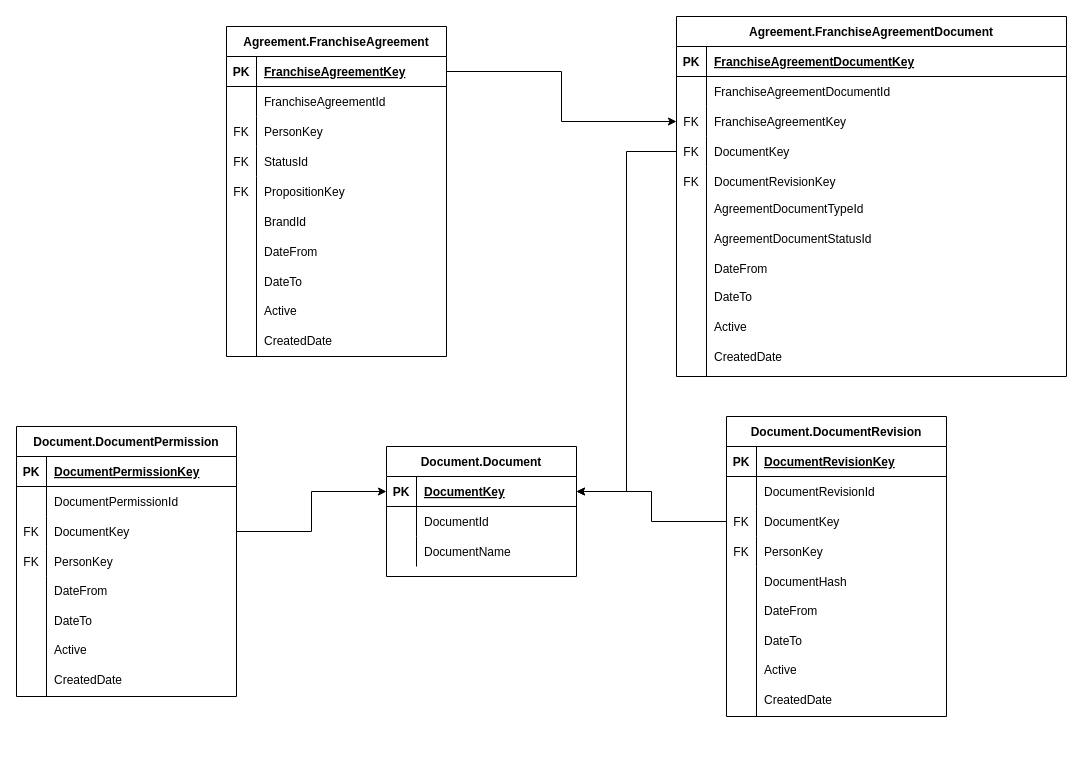
The draw.io diagram FCA.drawio in AA-Mike/SqlToolbox, before the edit. Source tidied: cells renumbered, new cells numbered last; positions are measured from the earlier drawing's top-left corner, leaving out a move shared by most shapes. Both pictures are drawn from the tidied source at 100%, with x=0, y=0 at pixel (16, 16).
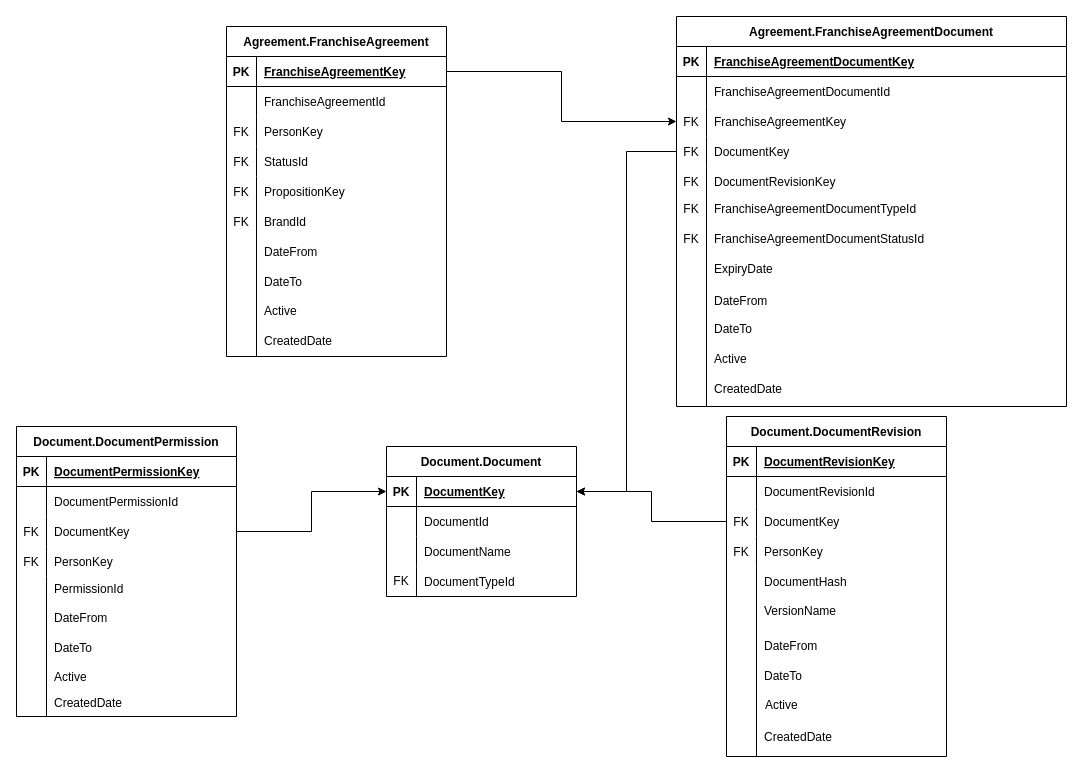
Above is the later version.

Change to the diagram source:
```diff
@@
     <mxCell id="24" value="Agreement.FranchiseAgreementDocument" style="shape=table;startSize=30;childLayout=tableLayout;rowLines=0;fontStyle=1;align=center;" parent="1" vertex="1">
-      <mxGeometry x="660" width="390" height="360" as="geometry" />
+      <mxGeometry x="660" width="390" height="390" as="geometry" />
     </mxCell>
@@
-    <mxCell id="40" value="AgreementDocumentTypeId" style="shape=partialRectangle;fillColor=none;top=0;left=0;bottom=0;right=0;align=left;spacingLeft=6;overflow=hidden;" parent="1" vertex="1">
-      <mxGeometry x="690" y="177" width="190" height="30" as="geometry" />
+    <mxCell id="40" value="FranchiseAgreementDocumentTypeId" style="shape=partialRectangle;fillColor=none;top=0;left=0;bottom=0;right=0;align=left;spacingLeft=6;overflow=hidden;" parent="1" vertex="1">
+      <mxGeometry x="690" y="177" width="220" height="30" as="geometry" />
     </mxCell>
     <mxCell id="41" value="DateFrom" style="shape=partialRectangle;fillColor=none;top=0;left=0;bottom=0;right=0;align=left;spacingLeft=6;overflow=hidden;" parent="1" vertex="1">
-      <mxGeometry x="690" y="237" width="190" height="30" as="geometry" />
+      <mxGeometry x="690" y="269" width="190" height="30" as="geometry" />
     </mxCell>
     <mxCell id="42" value="DateTo" style="shape=partialRectangle;fillColor=none;top=0;left=0;bottom=0;right=0;align=left;spacingLeft=6;overflow=hidden;" parent="1" vertex="1">
-      <mxGeometry x="690" y="265" width="190" height="30" as="geometry" />
+      <mxGeometry x="690" y="297" width="190" height="30" as="geometry" />
     </mxCell>
     <mxCell id="43" value="Active" style="shape=partialRectangle;fillColor=none;top=0;left=0;bottom=0;right=0;align=left;spacingLeft=6;overflow=hidden;" parent="1" vertex="1">
-      <mxGeometry x="690" y="295" width="190" height="30" as="geometry" />
+      <mxGeometry x="690" y="327" width="190" height="30" as="geometry" />
     </mxCell>
     <mxCell id="44" value="CreatedDate" style="shape=partialRectangle;fillColor=none;top=0;left=0;bottom=0;right=0;align=left;spacingLeft=6;overflow=hidden;" parent="1" vertex="1">
-      <mxGeometry x="690" y="325" width="190" height="30" as="geometry" />
+      <mxGeometry x="690" y="357" width="190" height="30" as="geometry" />
     </mxCell>
     <mxCell id="45" style="endArrow=none;html=1;rounded=0;" parent="1" edge="1">
       <mxGeometry relative="1" as="geometry">
-        <mxPoint x="690" y="360" as="sourcePoint" />
+        <mxPoint x="690" y="390" as="sourcePoint" />
         <mxPoint x="690" y="150" as="targetPoint" />
       </mxGeometry>
     </mxCell>
-    <mxCell id="46" value="AgreementDocumentStatusId" style="shape=partialRectangle;fillColor=none;top=0;left=0;bottom=0;right=0;align=left;spacingLeft=6;overflow=hidden;" parent="1" vertex="1">
-      <mxGeometry x="690" y="207" width="190" height="30" as="geometry" />
+    <mxCell id="46" value="FranchiseAgreementDocumentStatusId" style="shape=partialRectangle;fillColor=none;top=0;left=0;bottom=0;right=0;align=left;spacingLeft=6;overflow=hidden;" parent="1" vertex="1">
+      <mxGeometry x="690" y="207" width="240" height="30" as="geometry" />
     </mxCell>
@@
     <mxCell id="48" value="Document.Document" style="shape=table;startSize=30;childLayout=tableLayout;rowLines=0;fontStyle=1;align=center;" parent="1" vertex="1">
-      <mxGeometry x="370" y="430" width="190" height="130" as="geometry" />
+      <mxGeometry x="370" y="430" width="190" height="150" as="geometry" />
     </mxCell>
@@
     <mxCell id="59" value="Document.DocumentPermission" style="shape=table;startSize=30;childLayout=tableLayout;rowLines=0;fontStyle=1;align=center;" parent="1" vertex="1">
-      <mxGeometry y="410" width="220" height="270" as="geometry" />
+      <mxGeometry y="410" width="220" height="290" as="geometry" />
     </mxCell>
@@
     <mxCell id="73" value="DateFrom" style="shape=partialRectangle;fillColor=none;top=0;left=0;bottom=0;right=0;align=left;spacingLeft=6;overflow=hidden;" parent="1" vertex="1">
-      <mxGeometry x="30" y="559" width="190" height="30" as="geometry" />
+      <mxGeometry x="30" y="586" width="190" height="30" as="geometry" />
     </mxCell>
     <mxCell id="74" value="DateTo" style="shape=partialRectangle;fillColor=none;top=0;left=0;bottom=0;right=0;align=left;spacingLeft=6;overflow=hidden;" parent="1" vertex="1">
-      <mxGeometry x="30" y="589" width="190" height="30" as="geometry" />
+      <mxGeometry x="30" y="616" width="190" height="30" as="geometry" />
     </mxCell>
     <mxCell id="75" value="Active" style="shape=partialRectangle;fillColor=none;top=0;left=0;bottom=0;right=0;align=left;spacingLeft=6;overflow=hidden;" parent="1" vertex="1">
-      <mxGeometry x="30" y="618" width="190" height="30" as="geometry" />
+      <mxGeometry x="30" y="645" width="190" height="30" as="geometry" />
     </mxCell>
     <mxCell id="76" value="CreatedDate" style="shape=partialRectangle;fillColor=none;top=0;left=0;bottom=0;right=0;align=left;spacingLeft=6;overflow=hidden;" parent="1" vertex="1">
-      <mxGeometry x="30" y="648" width="190" height="30" as="geometry" />
+      <mxGeometry x="30" y="675" width="190" height="22" as="geometry" />
     </mxCell>
     <mxCell id="77" style="endArrow=none;html=1;rounded=0;" parent="1" edge="1">
       <mxGeometry relative="1" as="geometry">
-        <mxPoint x="30" y="680" as="sourcePoint" />
+        <mxPoint x="30" y="700" as="sourcePoint" />
         <mxPoint x="30" y="560" as="targetPoint" />
       </mxGeometry>
     </mxCell>
@@
     <mxCell id="79" value="Document.DocumentRevision" style="shape=table;startSize=30;childLayout=tableLayout;rowLines=0;fontStyle=1;align=center;" parent="1" vertex="1">
-      <mxGeometry x="710" y="400" width="220" height="300" as="geometry" />
+      <mxGeometry x="710" y="400" width="220" height="340" as="geometry" />
     </mxCell>
@@
     <mxCell id="93" value="DateFrom" style="shape=partialRectangle;fillColor=none;top=0;left=0;bottom=0;right=0;align=left;spacingLeft=6;overflow=hidden;" parent="1" vertex="1">
-      <mxGeometry x="740" y="579" width="190" height="30" as="geometry" />
+      <mxGeometry x="740" y="614" width="190" height="30" as="geometry" />
     </mxCell>
     <mxCell id="94" value="DateTo" style="shape=partialRectangle;fillColor=none;top=0;left=0;bottom=0;right=0;align=left;spacingLeft=6;overflow=hidden;" parent="1" vertex="1">
-      <mxGeometry x="740" y="609" width="190" height="30" as="geometry" />
+      <mxGeometry x="740" y="644" width="190" height="30" as="geometry" />
     </mxCell>
     <mxCell id="95" value="Active" style="shape=partialRectangle;fillColor=none;top=0;left=0;bottom=0;right=0;align=left;spacingLeft=6;overflow=hidden;" parent="1" vertex="1">
-      <mxGeometry x="740" y="638" width="190" height="30" as="geometry" />
+      <mxGeometry x="741" y="673" width="190" height="30" as="geometry" />
     </mxCell>
     <mxCell id="96" value="CreatedDate" style="shape=partialRectangle;fillColor=none;top=0;left=0;bottom=0;right=0;align=left;spacingLeft=6;overflow=hidden;" parent="1" vertex="1">
-      <mxGeometry x="740" y="668" width="190" height="30" as="geometry" />
+      <mxGeometry x="740" y="705" width="190" height="30" as="geometry" />
     </mxCell>
     <mxCell id="97" style="endArrow=none;html=1;rounded=0;" parent="1" edge="1">
       <mxGeometry relative="1" as="geometry">
-        <mxPoint x="740" y="700" as="sourcePoint" />
+        <mxPoint x="740" y="740" as="sourcePoint" />
         <mxPoint x="740" y="550" as="targetPoint" />
       </mxGeometry>
     </mxCell>
@@
+    <mxCell id="100" value="FK" style="shape=partialRectangle;fillColor=none;top=0;left=0;bottom=0;right=0;overflow=hidden;" parent="1" vertex="1">
+      <mxGeometry x="210" y="190" width="30" height="30" as="geometry" />
+    </mxCell>
+    <mxCell id="101" value="FK" style="shape=partialRectangle;fillColor=none;top=0;left=0;bottom=0;right=0;overflow=hidden;" parent="1" vertex="1">
+      <mxGeometry x="660" y="177" width="30" height="30" as="geometry" />
+    </mxCell>
+    <mxCell id="102" value="FK" style="shape=partialRectangle;fillColor=none;top=0;left=0;bottom=0;right=0;overflow=hidden;" parent="1" vertex="1">
+      <mxGeometry x="660" y="207" width="30" height="30" as="geometry" />
+    </mxCell>
+    <mxCell id="103" value="ExpiryDate" style="shape=partialRectangle;fillColor=none;top=0;left=0;bottom=0;right=0;align=left;spacingLeft=6;overflow=hidden;" parent="1" vertex="1">
+      <mxGeometry x="690" y="237" width="190" height="30" as="geometry" />
+    </mxCell>
+    <mxCell id="104" value="DocumentTypeId" style="shape=partialRectangle;fillColor=none;top=0;left=0;bottom=0;right=0;align=left;spacingLeft=6;overflow=hidden;" parent="1" vertex="1">
+      <mxGeometry x="400" y="550" width="190" height="30" as="geometry" />
+    </mxCell>
+    <mxCell id="105" value="FK" style="shape=partialRectangle;fillColor=none;top=0;left=0;bottom=0;right=0;overflow=hidden;" parent="1" vertex="1">
+      <mxGeometry x="370" y="549" width="30" height="30" as="geometry" />
+    </mxCell>
+    <mxCell id="106" style="endArrow=none;html=1;rounded=0;" parent="1" edge="1">
+      <mxGeometry relative="1" as="geometry">
+        <mxPoint x="400" y="550" as="sourcePoint" />
+        <mxPoint x="400" y="580.7" as="targetPoint" />
+      </mxGeometry>
+    </mxCell>
+    <mxCell id="107" value="VersionName" style="shape=partialRectangle;fillColor=none;top=0;left=0;bottom=0;right=0;align=left;spacingLeft=6;overflow=hidden;" parent="1" vertex="1">
+      <mxGeometry x="740" y="579" width="190" height="30" as="geometry" />
+    </mxCell>
+    <mxCell id="108" value="PermissionId" style="shape=partialRectangle;fillColor=none;top=0;left=0;bottom=0;right=0;align=left;spacingLeft=6;overflow=hidden;" parent="1" vertex="1">
+      <mxGeometry x="30" y="557" width="190" height="30" as="geometry" />
+    </mxCell>
```
